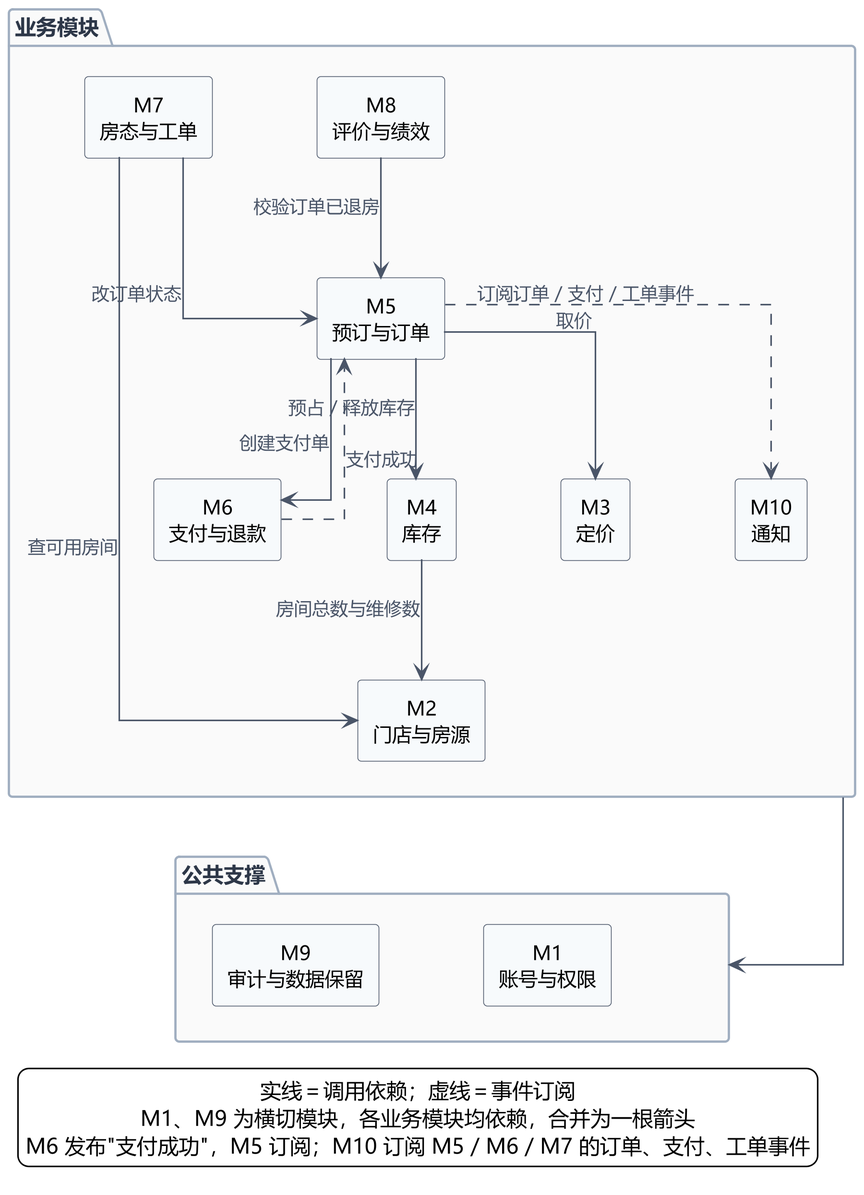
The PlantUML diagram UML/UML组件图.png in ruzhai/software-engineering-labs, before a commit. Its diagram source:
```plantuml
@startuml UML组件图
skinparam defaultFontName "Microsoft YaHei"
skinparam componentStyle rectangle
skinparam shadowing false
skinparam backgroundColor #FFFFFF
skinparam linetype ortho
skinparam ArrowColor #4A5568
skinparam ArrowFontColor #4A5568
skinparam ArrowFontSize 12
skinparam ComponentBackgroundColor #F7FAFC
skinparam ComponentBorderColor #4A5568
skinparam ComponentFontSize 13
skinparam PackageBackgroundColor #FAFAFA
skinparam PackageBorderColor #A0AEC0
skinparam PackageFontColor #2D3748
skinparam dpi 300
skinparam nodesep 70
skinparam ranksep 80
skinparam defaultTextAlignment center

package "业务模块" as BM {
  component "M7\n房态与工单" as M7
  component "M8\n评价与绩效" as M8
  component "M5\n预订与订单" as M5
  component "M6\n支付与退款" as M6
  component "M4\n库存" as M4
  component "M3\n定价" as M3
  component "M10\n通知" as M10
  component "M2\n门店与房源" as M2
}

package "公共支撑" as PS {
  component "M1\n账号与权限" as M1
  component "M9\n审计与数据保留" as M9
}

M7 -[hidden]right-> M8
M6 -[hidden]right-> M4
M4 -[hidden]right-> M3
M3 -[hidden]right-> M10

M8 --> M5 : 校验订单已退房
M7 --> M5 : 改订单状态
M5 --> M6 : 创建支付单
M5 --> M4 : 预占 / 释放库存
M5 --> M3 : 取价
M5 ..> M10 : 订阅订单 / 支付 / 工单事件
M6 ..> M5 : 支付成功
M4 --> M2 : 房间总数与维修数
M7 --> M2 : 查可用房间

M2 -[hidden]down-> M1
BM --> PS

legend bottom left
  实线＝调用依赖；虚线＝事件订阅
  M1、M9 为横切模块，各业务模块均依赖，合并为一根箭头
  M6 发布"支付成功"，M5 订阅；M10 订阅 M5 / M6 / M7 的订单、支付、工单事件
end legend
@enduml
```
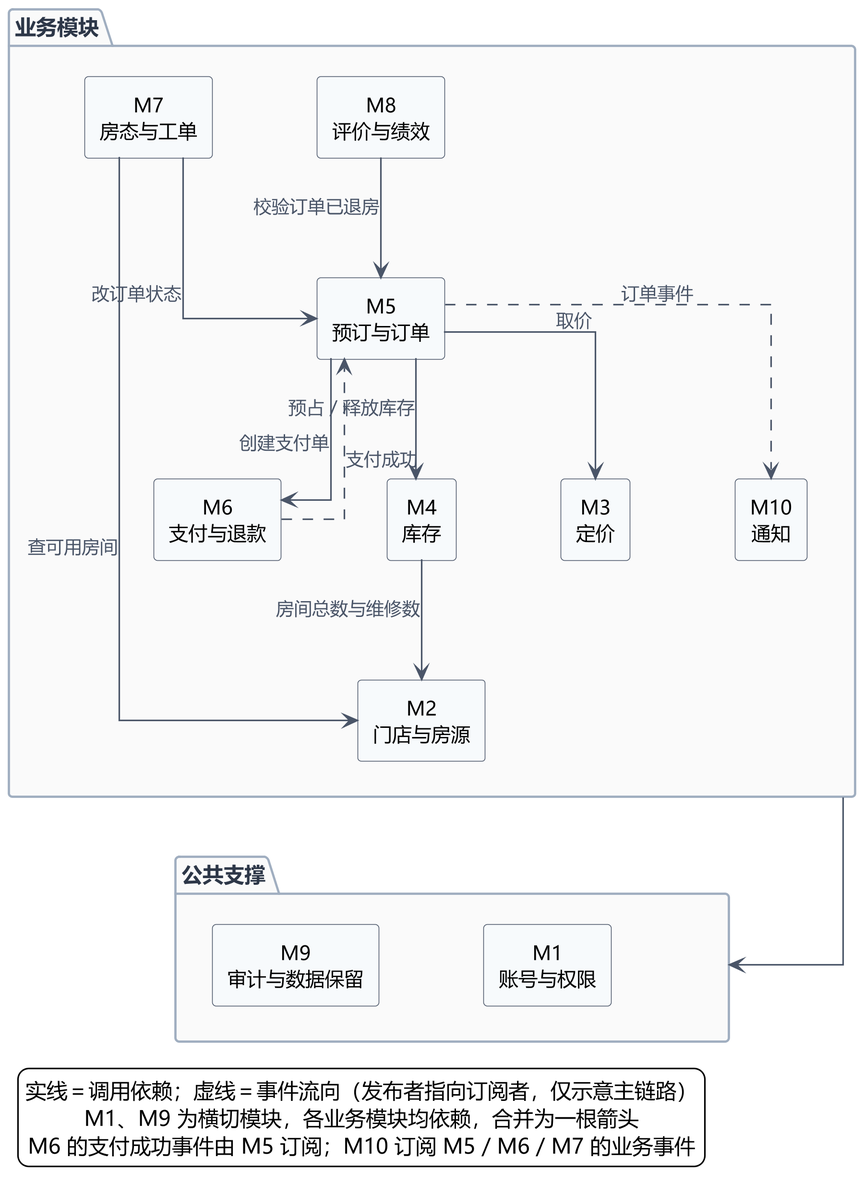
The same diagram one commit later.

Commit message:
修正组件图事件含义与线下开单总结

What changed in the source:
```diff
@@ -44,7 +44,7 @@
 M5 --> M6 : 创建支付单
 M5 --> M4 : 预占 / 释放库存
 M5 --> M3 : 取价
-M5 ..> M10 : 订阅订单 / 支付 / 工单事件
+M5 ..> M10 : 订单事件
 M6 ..> M5 : 支付成功
 M4 --> M2 : 房间总数与维修数
 M7 --> M2 : 查可用房间
@@ -53,8 +53,8 @@
 BM --> PS
 
 legend bottom left
-  实线＝调用依赖；虚线＝事件订阅
+  实线＝调用依赖；虚线＝事件流向（发布者指向订阅者，仅示意主链路）
   M1、M9 为横切模块，各业务模块均依赖，合并为一根箭头
-  M6 发布"支付成功"，M5 订阅；M10 订阅 M5 / M6 / M7 的订单、支付、工单事件
+  M6 的支付成功事件由 M5 订阅；M10 订阅 M5 / M6 / M7 的业务事件
 end legend
 @enduml
```
